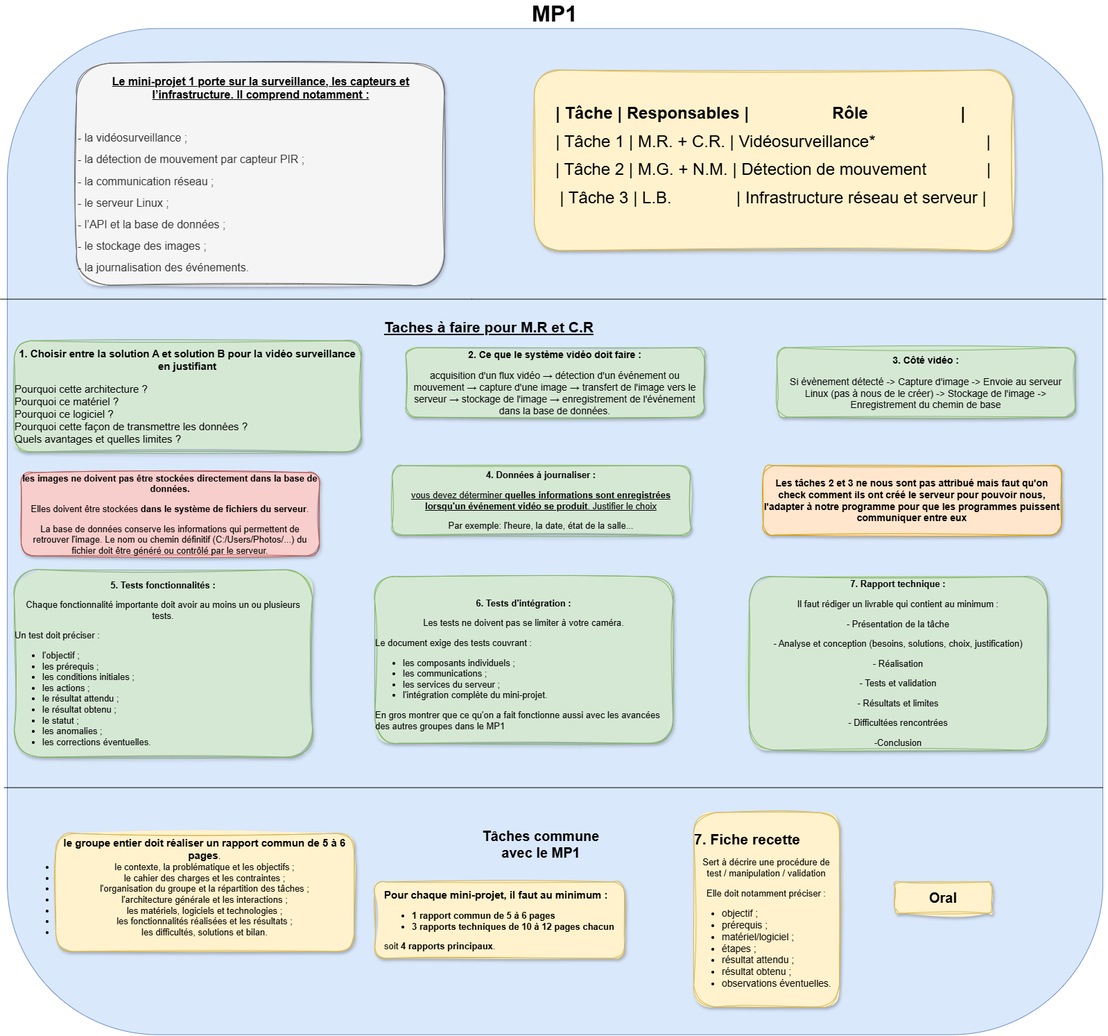
This is mp1-video/img/Tâches Mini Projet.drawio.png from mathisricard-maker/Mini-Projet1, a draw.io export, as it was before one commit. Source tidied: cells renumbered, new cells last; positions are measured from the earlier drawing's top-left corner, leaving out a move shared by most shapes.
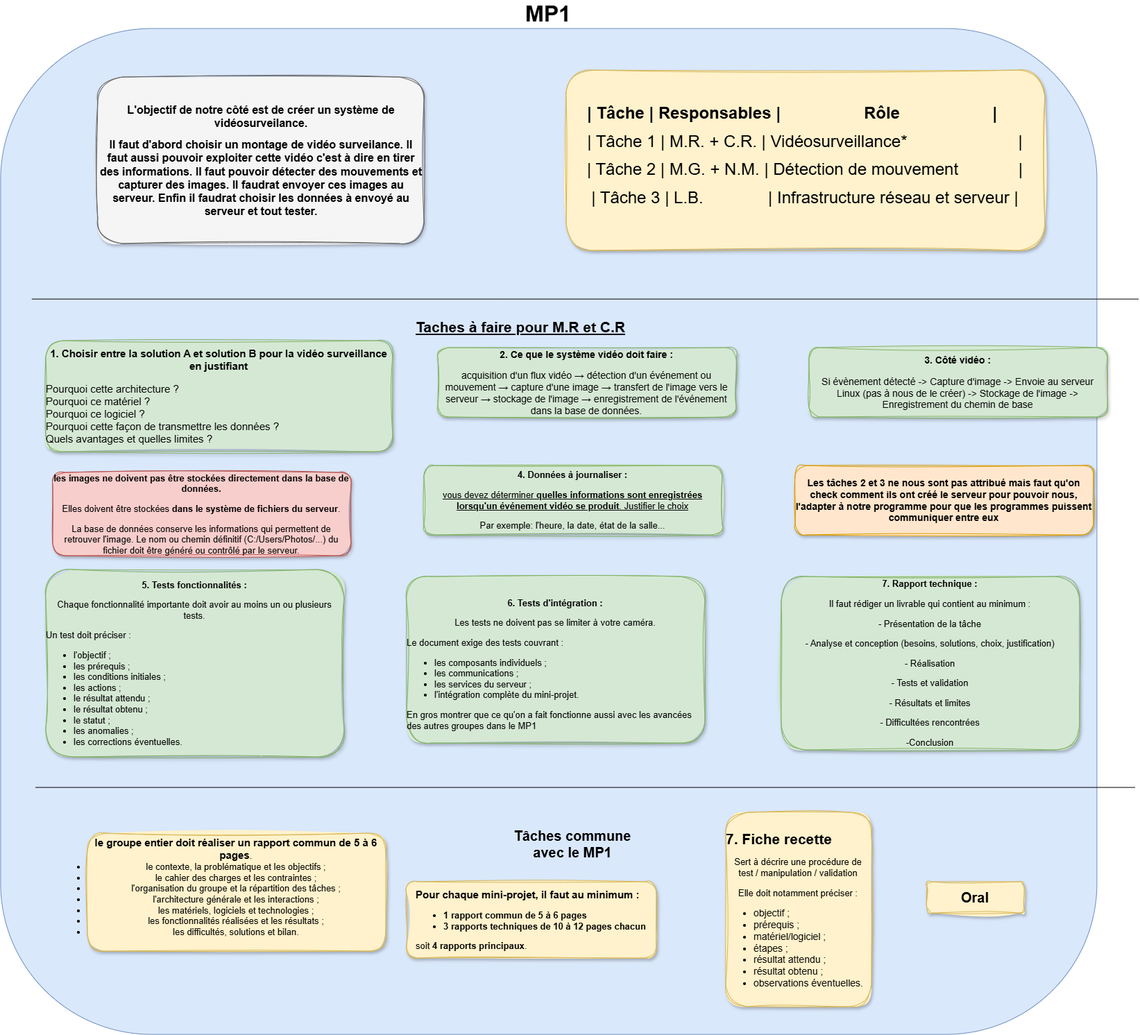
The same file after the commit.

Diff of the diagram source:
```diff
@@ -3,10 +3,10 @@
     <mxCell id="0" />
     <mxCell id="1" parent="0" />
     <mxCell id="2" value="&lt;font style=&quot;font-size: 32px;&quot;&gt;&lt;b&gt;MP1&lt;/b&gt;&lt;/font&gt;" style="rounded=1;whiteSpace=wrap;html=1;labelPosition=center;verticalLabelPosition=top;align=center;verticalAlign=bottom;fillColor=#dae8fc;strokeColor=#6c8ebf;" parent="1" vertex="1">
-      <mxGeometry x="10" width="1580" height="1450" as="geometry" />
+      <mxGeometry x="-45" width="1580" height="1450" as="geometry" />
     </mxCell>
-    <mxCell id="3" value="&lt;p dir=&quot;auto&quot; class=&quot;PDq2pG_selectionAnchorContainer&quot; style=&quot;text-align: center;&quot;&gt;&lt;b style=&quot;background-color: transparent; color: light-dark(rgb(0, 0, 0), rgb(255, 255, 255));&quot;&gt;&lt;u style=&quot;&quot;&gt;&lt;font style=&quot;font-size: 16px;&quot;&gt;Le mini-projet 1 porte sur la surveillance, les capteurs et l’infrastructure. Il comprend notamment :&lt;/font&gt;&lt;/u&gt;&lt;/b&gt;&lt;/p&gt;&lt;p dir=&quot;auto&quot; class=&quot;PDq2pG_selectionAnchorContainer&quot;&gt;&lt;font style=&quot;font-size: 16px;&quot;&gt;&lt;br&gt;&lt;/font&gt;&lt;/p&gt;&lt;p dir=&quot;auto&quot; class=&quot;PDq2pG_selectionAnchorContainer&quot;&gt;&lt;font style=&quot;font-size: 16px;&quot;&gt;- la vidéosurveillance ;&lt;/font&gt;&lt;/p&gt;&lt;p dir=&quot;auto&quot; class=&quot;PDq2pG_selectionAnchorContainer&quot;&gt;&lt;font style=&quot;font-size: 16px;&quot;&gt;- la détection de mouvement par capteur PIR ;&lt;/font&gt;&lt;/p&gt;&lt;p dir=&quot;auto&quot; class=&quot;PDq2pG_selectionAnchorContainer&quot;&gt;&lt;font style=&quot;font-size: 16px;&quot;&gt;- la communication réseau ;&lt;/font&gt;&lt;/p&gt;&lt;p dir=&quot;auto&quot; class=&quot;PDq2pG_selectionAnchorContainer&quot;&gt;&lt;font style=&quot;font-size: 16px;&quot;&gt;- le serveur Linux ;&lt;/font&gt;&lt;/p&gt;&lt;p dir=&quot;auto&quot; class=&quot;PDq2pG_selectionAnchorContainer&quot;&gt;&lt;font style=&quot;font-size: 16px;&quot;&gt;- l’API et la base de données ;&lt;/font&gt;&lt;/p&gt;&lt;p dir=&quot;auto&quot; class=&quot;PDq2pG_selectionAnchorContainer&quot;&gt;&lt;font style=&quot;font-size: 16px;&quot;&gt;- le stockage des images ;&lt;/font&gt;&lt;/p&gt;&lt;p dir=&quot;auto&quot; class=&quot;PDq2pG_selectionAnchorContainer&quot;&gt;&lt;font style=&quot;font-size: 16px;&quot;&gt;- la journalisation des événements.&lt;/font&gt;&lt;/p&gt;" style="whiteSpace=wrap;html=1;align=left;strokeWidth=1;perimeterSpacing=1;rounded=1;sketch=1;curveFitting=1;jiggle=2;glass=0;shadow=1;fillColor=#f5f5f5;fontColor=#333333;strokeColor=#666666;fillStyle=solid;" parent="1" vertex="1">
-      <mxGeometry x="110" y="50" width="530" height="320" as="geometry" />
+    <mxCell id="3" value="&lt;p dir=&quot;auto&quot; class=&quot;PDq2pG_selectionAnchorContainer&quot; style=&quot;text-align: center;&quot;&gt;&lt;font color=&quot;#000000&quot;&gt;&lt;span style=&quot;font-size: 16px;&quot;&gt;&lt;b&gt;L'objectif de notre côté est de créer un système de vidéosurveilance.&lt;/b&gt;&lt;/span&gt;&lt;/font&gt;&lt;/p&gt;&lt;p dir=&quot;auto&quot; class=&quot;PDq2pG_selectionAnchorContainer&quot; style=&quot;text-align: center;&quot;&gt;&lt;font color=&quot;#000000&quot;&gt;&lt;span style=&quot;font-size: 16px;&quot;&gt;&lt;b&gt;Il faut d'abord choisir un montage de vidéo surveilance. Il faut aussi pouvoir exploiter cette vidéo c'est à dire en tirer des informations. Il faut pouvoir détecter des mouvements et capturer des images. Il faudrat envoyer ces images au serveur. Enfin il faudrat choisir les données à envoyé au serveur et tout tester.&lt;/b&gt;&lt;/span&gt;&lt;/font&gt;&lt;/p&gt;" style="whiteSpace=wrap;html=1;align=left;strokeWidth=1;perimeterSpacing=1;rounded=1;sketch=1;curveFitting=1;jiggle=2;glass=0;shadow=1;fillColor=#f5f5f5;fontColor=#333333;strokeColor=#666666;fillStyle=solid;" parent="1" vertex="1">
+      <mxGeometry x="95" y="70" width="470" height="240" as="geometry" />
     </mxCell>
     <mxCell id="4" value="&lt;p dir=&quot;auto&quot; class=&quot;PDq2pG_selectionAnchorContainer&quot; style=&quot;text-align: left;&quot;&gt;&lt;b style=&quot;&quot;&gt;&lt;font style=&quot;font-size: 24px;&quot;&gt;| Tâche | Responsables |&amp;nbsp; &amp;nbsp; &amp;nbsp; &amp;nbsp; &amp;nbsp; &amp;nbsp; &amp;nbsp; &amp;nbsp; &amp;nbsp; Rôle&amp;nbsp; &amp;nbsp; &amp;nbsp; &amp;nbsp; &amp;nbsp; &amp;nbsp; &amp;nbsp; &amp;nbsp; &amp;nbsp; &amp;nbsp; |&lt;/font&gt;&lt;/b&gt;&lt;/p&gt;&lt;p dir=&quot;auto&quot; class=&quot;PDq2pG_selectionAnchorContainer&quot;&gt;&lt;font style=&quot;font-size: 24px;&quot;&gt;| Tâche 1 | M.R. + C.R. | Vidéosurveillance*&amp;nbsp; &amp;nbsp; &amp;nbsp; &amp;nbsp; &amp;nbsp; &amp;nbsp; &amp;nbsp; &amp;nbsp; &amp;nbsp; &amp;nbsp; &amp;nbsp; &amp;nbsp; |&lt;/font&gt;&lt;/p&gt;&lt;p dir=&quot;auto&quot; class=&quot;PDq2pG_selectionAnchorContainer&quot;&gt;&lt;font style=&quot;font-size: 24px;&quot;&gt;| Tâche 2 | M.G. + N.M. | Détection de mouvement&amp;nbsp; &amp;nbsp; &amp;nbsp; &amp;nbsp; &amp;nbsp; &amp;nbsp; &amp;nbsp;|&lt;/font&gt;&lt;/p&gt;&lt;p dir=&quot;auto&quot; class=&quot;PDq2pG_selectionAnchorContainer&quot;&gt;&lt;font style=&quot;font-size: 24px;&quot;&gt;| Tâche 3 | L.B.&amp;nbsp; &amp;nbsp; &amp;nbsp; &amp;nbsp; &amp;nbsp; &amp;nbsp; &amp;nbsp; | Infrastructure réseau et serveur |&lt;/font&gt;&lt;/p&gt;&lt;div&gt;&lt;br&gt;&lt;/div&gt;" style="whiteSpace=wrap;html=1;align=center;strokeWidth=1;perimeterSpacing=1;rounded=1;glass=0;shadow=1;sketch=1;curveFitting=1;jiggle=2;fillColor=#fff2cc;strokeColor=#d6b656;fillStyle=solid;" parent="1" vertex="1">
       <mxGeometry x="770" y="60" width="690" height="260" as="geometry" />
```
